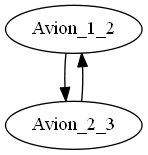
jimzi94/Tareas keeps this Graphviz diagram as Proyectos/Proyecto2_201504482/archivo_avion.png. Above is the earlier version. Its source is kept beside it as Proyectos/Proyecto2_201504482/archivo_avion.dot. Source of this version:
```dot
digraph {Avion_1_2->Avion_2_3
Avion_2_3->Avion_1_2
Avion_2_3}
```
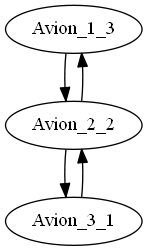
Above is the later version.

Diff of the diagram source:
```diff
@@ -1,3 +1,5 @@
-digraph {Avion_1_2->Avion_2_3
-Avion_2_3->Avion_1_2
-Avion_2_3}
+digraph {Avion_1_3->Avion_2_2
+Avion_2_2->Avion_1_3
+Avion_2_2->Avion_3_1
+Avion_3_1->Avion_2_2
+Avion_3_1}
```
